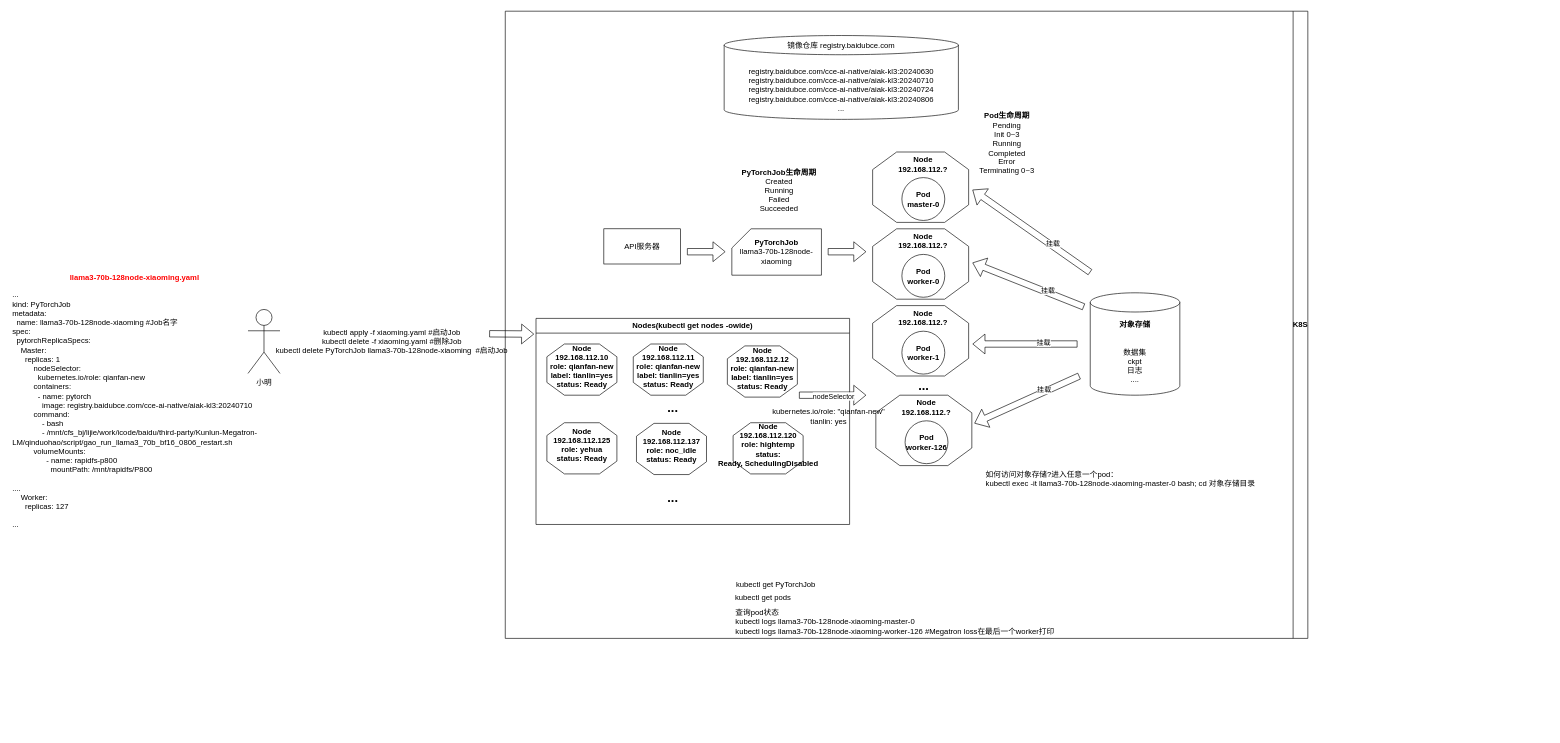
LamForest/draw.io keeps this draw.io diagram as k8s.drawio. Above is the earlier version. Source tidied: cells renumbered, new cells numbered last; positions are measured from the earlier drawing's top-left corner, leaving out a move shared by most shapes. Both pictures are drawn from the tidied source at 64%, with x=0, y=0 at pixel (11, 11).
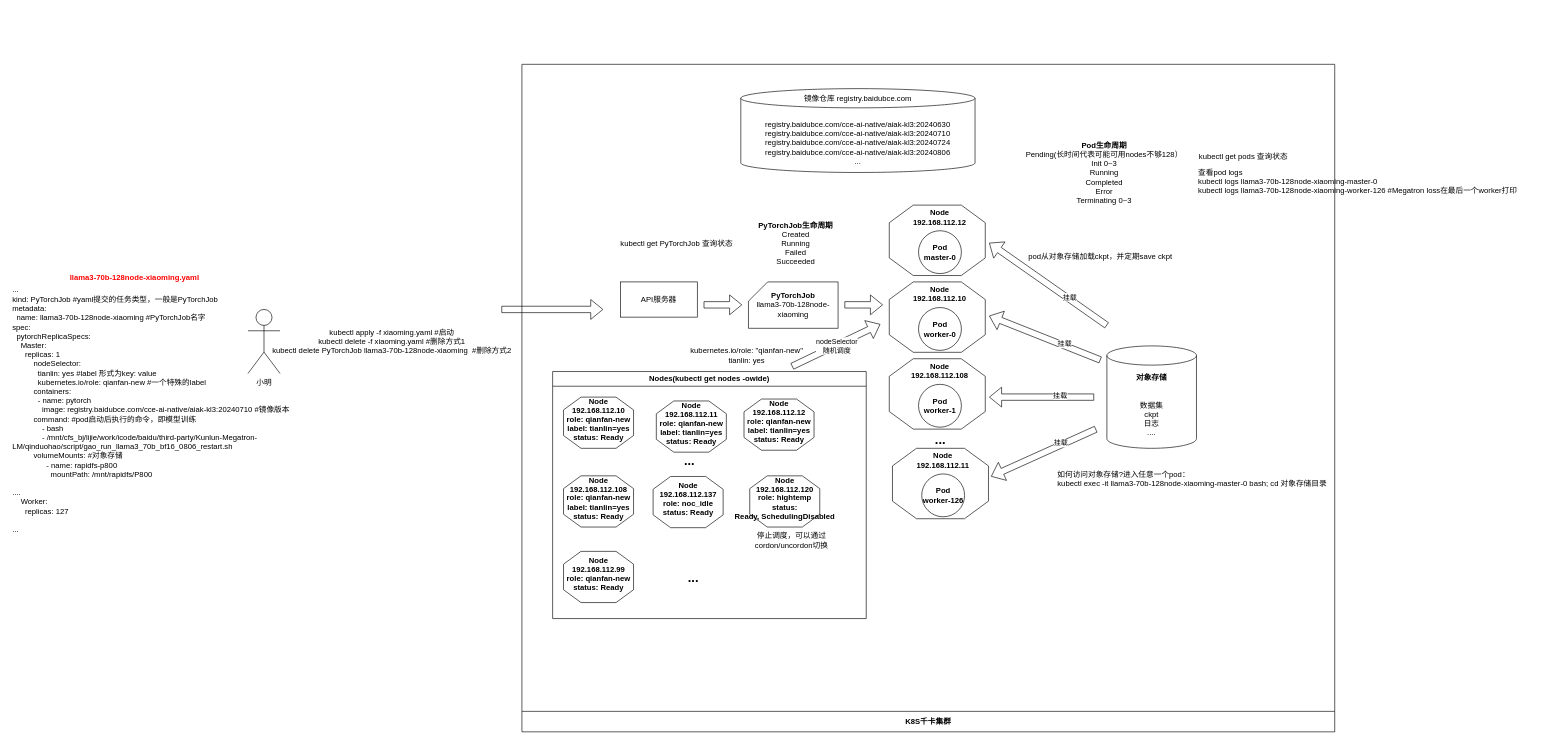
After the change.

The change refers to these unchanged cells:
```xml
<mxCell id="7" style="group;" parent="5" vertex="1">
  <mxGeometry x="574" y="220" width="150" height="110" as="geometry" />
</mxCell>
<mxCell id="21" style="group;" parent="14" vertex="1">
  <mxGeometry x="17" y="163" width="182" height="80" as="geometry" />
</mxCell>
<mxCell id="34" style="group;" parent="5" vertex="1">
  <mxGeometry x="574" y="340" width="150" height="110" as="geometry" />
</mxCell>
<mxCell id="38" style="group;" parent="5" vertex="1">
  <mxGeometry x="574" y="460" width="150" height="110" as="geometry" />
</mxCell>
<mxCell id="42" style="group;" parent="5" vertex="1">
  <mxGeometry x="579" y="600" width="150" height="110" as="geometry" />
</mxCell>
```

Diff of the diagram source:
```diff
@@
-    <mxCell id="2" value="&lt;div&gt;...&lt;/div&gt;&lt;div&gt;kind: PyTorchJob&lt;/div&gt;&lt;div&gt;metadata:&lt;br&gt;&lt;/div&gt;&lt;div&gt;&amp;nbsp;&amp;nbsp;name:&amp;nbsp;&lt;span style=&quot;text-align: center; background-color: initial;&quot;&gt;llama3-70b-128node-xiaoming #Job名字&lt;/span&gt;&lt;/div&gt;&lt;div&gt;spec:&lt;/div&gt;&lt;div&gt;&amp;nbsp; pytorchReplicaSpecs:&lt;/div&gt;&lt;div&gt;&amp;nbsp; &amp;nbsp; Master:&lt;/div&gt;&lt;div&gt;&amp;nbsp; &amp;nbsp; &amp;nbsp; replicas: 1&lt;/div&gt;&lt;div&gt;&amp;nbsp; &amp;nbsp; &amp;nbsp;&amp;nbsp;&lt;span style=&quot;background-color: initial;&quot;&gt;&amp;nbsp; &amp;nbsp; nodeSelector:&lt;/span&gt;&lt;/div&gt;&lt;div&gt;&amp;nbsp; &amp;nbsp; &amp;nbsp; &amp;nbsp; &amp;nbsp; &amp;nbsp; kubernetes.io/role: qianfan-new&lt;/div&gt;&lt;div&gt;&amp;nbsp; &amp;nbsp; &amp;nbsp; &amp;nbsp; &amp;nbsp;&amp;nbsp;&lt;span style=&quot;background-color: initial;&quot;&gt;containers:&lt;/span&gt;&lt;/div&gt;&lt;div&gt;&amp;nbsp; &amp;nbsp; &amp;nbsp; &amp;nbsp; &amp;nbsp; &amp;nbsp; - name: pytorch&lt;/div&gt;&lt;div&gt;&amp;nbsp; &amp;nbsp; &amp;nbsp; &amp;nbsp; &amp;nbsp; &amp;nbsp; &amp;nbsp; image: registry.baidubce.com/cce-ai-native/aiak-kl3:20240710&lt;/div&gt;&lt;div&gt;&lt;div&gt;&amp;nbsp; &amp;nbsp; &amp;nbsp; &amp;nbsp; &amp;nbsp; command:&lt;/div&gt;&lt;div&gt;&amp;nbsp; &amp;nbsp; &amp;nbsp; &amp;nbsp; &amp;nbsp; &amp;nbsp; &amp;nbsp; - bash&lt;/div&gt;&lt;div&gt;&amp;nbsp; &amp;nbsp; &amp;nbsp; &amp;nbsp; &amp;nbsp; &amp;nbsp; &amp;nbsp; - /mnt/cfs_bj/lijie/work/icode/baidu/third-party/Kunlun-Megatron-LM/qinduohao/script/gao_run_llama3_70b_bf16_0806_restart.sh&lt;/div&gt;&lt;/div&gt;&lt;div&gt;&lt;div&gt;&amp;nbsp; &amp;nbsp; &amp;nbsp; &amp;nbsp; &amp;nbsp; volumeMounts:&lt;/div&gt;&lt;div&gt;&amp;nbsp; &amp;nbsp; &amp;nbsp; &amp;nbsp; &amp;nbsp; &amp;nbsp; &amp;nbsp; &amp;nbsp; - name: rapidfs-p800&lt;/div&gt;&lt;div&gt;&amp;nbsp; &amp;nbsp; &amp;nbsp; &amp;nbsp; &amp;nbsp; &amp;nbsp; &amp;nbsp; &amp;nbsp; &amp;nbsp; mountPath: /mnt/rapidfs/P800&lt;/div&gt;&lt;/div&gt;&lt;div&gt;&lt;br&gt;&lt;/div&gt;&lt;div&gt;....&lt;/div&gt;&lt;div&gt;&lt;div&gt;&amp;nbsp; &amp;nbsp; Worker:&lt;/div&gt;&lt;div&gt;&amp;nbsp; &amp;nbsp; &amp;nbsp; replicas: 127&lt;/div&gt;&lt;div&gt;&amp;nbsp; &amp;nbsp; &amp;nbsp;&amp;nbsp;&lt;/div&gt;&lt;/div&gt;&lt;div&gt;...&lt;/div&gt;" style="text;html=1;align=left;verticalAlign=middle;whiteSpace=wrap;rounded=0;" parent="1" vertex="1">
+    <mxCell id="2" value="&lt;div&gt;...&lt;/div&gt;&lt;div&gt;kind: PyTorchJob #yaml提交的任务类型，一般是PyTorchJob&lt;/div&gt;&lt;div&gt;metadata:&lt;br&gt;&lt;/div&gt;&lt;div&gt;&amp;nbsp;&amp;nbsp;name:&amp;nbsp;&lt;span style=&quot;text-align: center; background-color: initial;&quot;&gt;llama3-70b-128node-xiaoming #PyTorchJob名字&lt;/span&gt;&lt;/div&gt;&lt;div&gt;spec:&lt;/div&gt;&lt;div&gt;&amp;nbsp; pytorchReplicaSpecs:&lt;/div&gt;&lt;div&gt;&amp;nbsp; &amp;nbsp; Master:&lt;/div&gt;&lt;div&gt;&amp;nbsp; &amp;nbsp; &amp;nbsp; replicas: 1&lt;/div&gt;&lt;div&gt;&amp;nbsp; &amp;nbsp; &amp;nbsp;&amp;nbsp;&lt;span style=&quot;background-color: initial;&quot;&gt;&amp;nbsp; &amp;nbsp; nodeSelector:&lt;/span&gt;&lt;/div&gt;&lt;div&gt;&lt;span style=&quot;white-space: pre;&quot;&gt;&#9;&lt;/span&gt;&amp;nbsp; &amp;nbsp;&amp;nbsp;&lt;span style=&quot;text-align: center; background-color: initial;&quot;&gt;tianlin: yes #label 形式为key: value&lt;/span&gt;&lt;br&gt;&lt;/div&gt;&lt;div&gt;&amp;nbsp; &amp;nbsp; &amp;nbsp; &amp;nbsp; &amp;nbsp; &amp;nbsp; kubernetes.io/role: qianfan-new #一个特殊的label&lt;span style=&quot;text-align: center; background-color: initial;&quot;&gt;&lt;br&gt;&lt;/span&gt;&lt;/div&gt;&lt;div&gt;&amp;nbsp; &amp;nbsp; &amp;nbsp; &amp;nbsp; &amp;nbsp;&amp;nbsp;&lt;span style=&quot;background-color: initial;&quot;&gt;containers:&lt;/span&gt;&lt;/div&gt;&lt;div&gt;&amp;nbsp; &amp;nbsp; &amp;nbsp; &amp;nbsp; &amp;nbsp; &amp;nbsp; - name: pytorch&lt;/div&gt;&lt;div&gt;&amp;nbsp; &amp;nbsp; &amp;nbsp; &amp;nbsp; &amp;nbsp; &amp;nbsp; &amp;nbsp; image: registry.baidubce.com/cce-ai-native/aiak-kl3:20240710 #镜像版本&lt;/div&gt;&lt;div&gt;&lt;div&gt;&amp;nbsp; &amp;nbsp; &amp;nbsp; &amp;nbsp; &amp;nbsp; command: #pod启动后执行的命令，即模型训练&lt;/div&gt;&lt;div&gt;&amp;nbsp; &amp;nbsp; &amp;nbsp; &amp;nbsp; &amp;nbsp; &amp;nbsp; &amp;nbsp; - bash&lt;/div&gt;&lt;div&gt;&amp;nbsp; &amp;nbsp; &amp;nbsp; &amp;nbsp; &amp;nbsp; &amp;nbsp; &amp;nbsp; - /mnt/cfs_bj/lijie/work/icode/baidu/third-party/Kunlun-Megatron-LM/qinduohao/script/gao_run_llama3_70b_bf16_0806_restart.sh&lt;/div&gt;&lt;/div&gt;&lt;div&gt;&lt;div&gt;&amp;nbsp; &amp;nbsp; &amp;nbsp; &amp;nbsp; &amp;nbsp; volumeMounts: #对象存储&lt;/div&gt;&lt;div&gt;&amp;nbsp; &amp;nbsp; &amp;nbsp; &amp;nbsp; &amp;nbsp; &amp;nbsp; &amp;nbsp; &amp;nbsp; - name: rapidfs-p800&lt;/div&gt;&lt;div&gt;&amp;nbsp; &amp;nbsp; &amp;nbsp; &amp;nbsp; &amp;nbsp; &amp;nbsp; &amp;nbsp; &amp;nbsp; &amp;nbsp; mountPath: /mnt/rapidfs/P800&lt;/div&gt;&lt;/div&gt;&lt;div&gt;&lt;br&gt;&lt;/div&gt;&lt;div&gt;....&lt;/div&gt;&lt;div&gt;&lt;div&gt;&amp;nbsp; &amp;nbsp; Worker:&lt;/div&gt;&lt;div&gt;&amp;nbsp; &amp;nbsp; &amp;nbsp; replicas: 127&lt;/div&gt;&lt;div&gt;&amp;nbsp; &amp;nbsp; &amp;nbsp;&amp;nbsp;&lt;/div&gt;&lt;/div&gt;&lt;div&gt;...&lt;/div&gt;" style="text;html=1;align=left;verticalAlign=middle;whiteSpace=wrap;rounded=0;" parent="1" vertex="1">
       <mxGeometry y="418" width="440" height="410" as="geometry" />
     </mxCell>
@@
-    <mxCell id="4" value="kubectl apply -f xiaoming.yaml #启动Job&lt;div&gt;kubectl delete -f xiaoming.yaml #删除Job&lt;/div&gt;&lt;div&gt;kubectl delete PyTorchJob&amp;nbsp;&lt;span style=&quot;background-color: initial;&quot;&gt;llama3-70b-128node-xiaoming&lt;/span&gt;&lt;span style=&quot;background-color: initial;&quot;&gt;&amp;nbsp;&amp;nbsp;#启动Job&lt;/span&gt;&lt;/div&gt;" style="text;html=1;align=center;verticalAlign=middle;whiteSpace=wrap;rounded=0;" parent="1" vertex="1">
+    <mxCell id="4" value="kubectl apply -f xiaoming.yaml #启动&lt;div&gt;kubectl delete -f xiaoming.yaml #删除方式1&lt;/div&gt;&lt;div&gt;kubectl delete PyTorchJob&amp;nbsp;&lt;span style=&quot;background-color: initial;&quot;&gt;llama3-70b-128node-xiaoming&lt;/span&gt;&lt;span style=&quot;background-color: initial;&quot;&gt;&amp;nbsp;&amp;nbsp;#删除方式2&lt;/span&gt;&lt;/div&gt;" style="text;html=1;align=center;verticalAlign=middle;whiteSpace=wrap;rounded=0;" parent="1" vertex="1">
       <mxGeometry x="400" y="506" width="390" height="20" as="geometry" />
     </mxCell>
-    <mxCell id="5" value="K8S" style="swimlane;whiteSpace=wrap;html=1;direction=south;" parent="1" vertex="1">
-      <mxGeometry x="772" width="1254" height="980" as="geometry" />
+    <mxCell id="5" value="K8S千卡集群" style="swimlane;whiteSpace=wrap;html=1;direction=west;startSize=32;" parent="1" vertex="1">
+      <mxGeometry x="798" y="83" width="1270" height="1043" as="geometry" />
     </mxCell>
     <mxCell id="6" value="如何访问对象存储?进入任意一个pod：&#10;kubectl exec -it llama3-70b-128node-xiaoming-master-0 bash; cd 对象存储目录" style="text;whiteSpace=wrap;" parent="5" vertex="1">
-      <mxGeometry x="749" y="710" width="550" height="30" as="geometry" />
+      <mxGeometry x="835" y="628" width="550" height="30" as="geometry" />
     </mxCell>
@@
-    <mxCell id="9" value="Node&lt;div&gt;192.168.112.?&lt;/div&gt;&lt;div&gt;&lt;br&gt;&lt;/div&gt;&lt;div&gt;&lt;br&gt;&lt;/div&gt;&lt;div&gt;&lt;br&gt;&lt;/div&gt;&lt;div&gt;&lt;br&gt;&lt;/div&gt;&lt;div&gt;&lt;br&gt;&lt;/div&gt;" style="text;html=1;align=center;verticalAlign=middle;whiteSpace=wrap;rounded=0;fontStyle=1;" parent="7" vertex="1">
+    <mxCell id="9" value="Node&lt;div&gt;192.168.112.12&lt;/div&gt;&lt;div&gt;&lt;br&gt;&lt;/div&gt;&lt;div&gt;&lt;br&gt;&lt;/div&gt;&lt;div&gt;&lt;br&gt;&lt;/div&gt;&lt;div&gt;&lt;br&gt;&lt;/div&gt;&lt;div&gt;&lt;br&gt;&lt;/div&gt;" style="text;html=1;align=center;verticalAlign=middle;whiteSpace=wrap;rounded=0;fontStyle=1;" parent="7" vertex="1">
       <mxGeometry x="25" y="22" width="108.3" height="66" as="geometry" />
     </mxCell>
@@
     <mxCell id="14" value="Nodes(kubectl get nodes -owide)" style="swimlane;whiteSpace=wrap;html=1;" parent="5" vertex="1">
-      <mxGeometry x="48" y="480" width="490" height="322" as="geometry" />
+      <mxGeometry x="48" y="480" width="490" height="386" as="geometry" />
     </mxCell>
@@
-    <mxCell id="23" value="Node&lt;div&gt;192.168.112.125&lt;/div&gt;&lt;div&gt;role: yehua&lt;/div&gt;&lt;div&gt;status: Ready&lt;/div&gt;" style="text;html=1;align=center;verticalAlign=middle;whiteSpace=wrap;rounded=0;fontStyle=1;" parent="21" vertex="1">
+    <mxCell id="23" value="Node&lt;div&gt;192.168.112.108&lt;/div&gt;&lt;div&gt;role: qianfan-new&lt;/div&gt;&lt;div&gt;label: tianlin=yes&lt;br&gt;&lt;/div&gt;&lt;div&gt;status: Ready&lt;/div&gt;" style="text;html=1;align=center;verticalAlign=middle;whiteSpace=wrap;rounded=0;fontStyle=1;" parent="21" vertex="1">
       <mxGeometry x="-24.4" y="16" width="158.2" height="37.5" as="geometry" />
     </mxCell>
@@
     <mxCell id="31" value="..." style="text;html=1;align=center;verticalAlign=middle;whiteSpace=wrap;rounded=0;fontSize=20;fontStyle=1;" parent="14" vertex="1">
-      <mxGeometry x="184" y="265" width="60" height="30" as="geometry" />
+      <mxGeometry x="190" y="306" width="60" height="30" as="geometry" />
     </mxCell>
+    <mxCell id="72" value="停止调度，可以通过cordon/uncordon切换" style="text;html=1;align=center;verticalAlign=middle;whiteSpace=wrap;rounded=0;" parent="14" vertex="1">
+      <mxGeometry x="304" y="250" width="139" height="28" as="geometry" />
+    </mxCell>
+    <mxCell id="73" style="group;" parent="14" vertex="1">
+      <mxGeometry x="17" y="281" width="182" height="80" as="geometry" />
+    </mxCell>
+    <mxCell id="74" style="verticalLabelPosition=bottom;verticalAlign=top;html=1;shape=mxgraph.basic.polygon;polyCoords=[[0.25,0],[0.75,0],[1,0.25],[1,0.75],[0.75,1],[0.25,1],[0,0.75],[0,0.25]];polyline=0;" parent="73" vertex="1">
+      <mxGeometry width="109.4" height="80" as="geometry" />
+    </mxCell>
+    <mxCell id="75" value="Node&lt;div&gt;192.168.112.99&lt;/div&gt;&lt;div&gt;role: qianfan-new&lt;/div&gt;&lt;div&gt;status: Ready&lt;/div&gt;" style="text;html=1;align=center;verticalAlign=middle;whiteSpace=wrap;rounded=0;fontStyle=1;" parent="73" vertex="1">
+      <mxGeometry x="-24.4" y="16" width="158.2" height="37.5" as="geometry" />
+    </mxCell>
+    <mxCell id="69" style="group;" parent="14" vertex="1">
+      <mxGeometry x="162" y="46" width="182" height="80" as="geometry" />
+    </mxCell>
+    <mxCell id="70" style="verticalLabelPosition=bottom;verticalAlign=top;html=1;shape=mxgraph.basic.polygon;polyCoords=[[0.25,0],[0.75,0],[1,0.25],[1,0.75],[0.75,1],[0.25,1],[0,0.75],[0,0.25]];polyline=0;" parent="69" vertex="1">
+      <mxGeometry width="109.4" height="80" as="geometry" />
+    </mxCell>
+    <mxCell id="71" value="Node&lt;div&gt;192.168.112.11&lt;/div&gt;&lt;div&gt;role: qianfan-new&lt;/div&gt;&lt;div&gt;label: tianlin=yes&lt;/div&gt;&lt;div&gt;status: Ready&lt;/div&gt;" style="text;html=1;align=center;verticalAlign=middle;whiteSpace=wrap;rounded=0;fontStyle=1;" parent="69" vertex="1">
+      <mxGeometry x="-24.4" y="16" width="158.2" height="37.5" as="geometry" />
+    </mxCell>
-    <mxCell id="32" style="shape=flexArrow;endArrow=classic;html=1;rounded=0;" parent="5" edge="1">
+    <mxCell id="32" style="shape=flexArrow;endArrow=classic;html=1;rounded=0;" parent="14" edge="1">
       <mxGeometry relative="1" as="geometry">
-        <mxPoint x="459" y="600" as="sourcePoint" />
-        <mxPoint x="564" y="600" as="targetPoint" />
+        <mxPoint x="374" y="-8" as="sourcePoint" />
+        <mxPoint x="512" y="-74" as="targetPoint" />
       </mxGeometry>
     </mxCell>
-    <mxCell id="33" value="nodeSelector" style="edgeLabel;html=1;align=center;verticalAlign=middle;" parent="32" vertex="1">
+    <mxCell id="33" value="nodeSelector&lt;div&gt;随机调度&lt;/div&gt;" style="edgeLabel;html=1;align=center;verticalAlign=middle;" parent="32" vertex="1">
       <mxGeometry x="0.01" y="-1" relative="1" as="geometry" />
     </mxCell>
@@
-    <mxCell id="36" value="Node&lt;div&gt;192.168.112.?&lt;/div&gt;&lt;div&gt;&lt;br&gt;&lt;/div&gt;&lt;div&gt;&lt;br&gt;&lt;/div&gt;&lt;div&gt;&lt;br&gt;&lt;/div&gt;&lt;div&gt;&lt;br&gt;&lt;/div&gt;&lt;div&gt;&lt;br&gt;&lt;/div&gt;" style="text;html=1;align=center;verticalAlign=middle;whiteSpace=wrap;rounded=0;fontStyle=1;" parent="34" vertex="1">
+    <mxCell id="36" value="Node&lt;div&gt;192.168.112.10&lt;/div&gt;&lt;div&gt;&lt;br&gt;&lt;/div&gt;&lt;div&gt;&lt;br&gt;&lt;/div&gt;&lt;div&gt;&lt;br&gt;&lt;/div&gt;&lt;div&gt;&lt;br&gt;&lt;/div&gt;&lt;div&gt;&lt;br&gt;&lt;/div&gt;" style="text;html=1;align=center;verticalAlign=middle;whiteSpace=wrap;rounded=0;fontStyle=1;" parent="34" vertex="1">
       <mxGeometry x="25" y="22" width="108.3" height="66" as="geometry" />
     </mxCell>
@@
-    <mxCell id="40" value="Node&lt;div&gt;192.168.112.?&lt;/div&gt;&lt;div&gt;&lt;br&gt;&lt;/div&gt;&lt;div&gt;&lt;br&gt;&lt;/div&gt;&lt;div&gt;&lt;br&gt;&lt;/div&gt;&lt;div&gt;&lt;br&gt;&lt;/div&gt;&lt;div&gt;&lt;br&gt;&lt;/div&gt;" style="text;html=1;align=center;verticalAlign=middle;whiteSpace=wrap;rounded=0;fontStyle=1;" parent="38" vertex="1">
+    <mxCell id="40" value="Node&lt;div&gt;192.168.112.108&lt;/div&gt;&lt;div&gt;&lt;br&gt;&lt;/div&gt;&lt;div&gt;&lt;br&gt;&lt;/div&gt;&lt;div&gt;&lt;br&gt;&lt;/div&gt;&lt;div&gt;&lt;br&gt;&lt;/div&gt;&lt;div&gt;&lt;br&gt;&lt;/div&gt;" style="text;html=1;align=center;verticalAlign=middle;whiteSpace=wrap;rounded=0;fontStyle=1;" parent="38" vertex="1">
       <mxGeometry x="25" y="22" width="108.3" height="66" as="geometry" />
     </mxCell>
@@
-    <mxCell id="44" value="Node&lt;div&gt;192.168.112.?&lt;/div&gt;&lt;div&gt;&lt;br&gt;&lt;/div&gt;&lt;div&gt;&lt;br&gt;&lt;/div&gt;&lt;div&gt;&lt;br&gt;&lt;/div&gt;&lt;div&gt;&lt;br&gt;&lt;/div&gt;&lt;div&gt;&lt;br&gt;&lt;/div&gt;" style="text;html=1;align=center;verticalAlign=middle;whiteSpace=wrap;rounded=0;fontStyle=1;" parent="42" vertex="1">
+    <mxCell id="44" value="Node&lt;div&gt;192.168.112.11&lt;/div&gt;&lt;div&gt;&lt;br&gt;&lt;/div&gt;&lt;div&gt;&lt;br&gt;&lt;/div&gt;&lt;div&gt;&lt;br&gt;&lt;/div&gt;&lt;div&gt;&lt;br&gt;&lt;/div&gt;&lt;div&gt;&lt;br&gt;&lt;/div&gt;" style="text;html=1;align=center;verticalAlign=middle;whiteSpace=wrap;rounded=0;fontStyle=1;" parent="42" vertex="1">
       <mxGeometry x="25" y="22" width="108.3" height="66" as="geometry" />
     </mxCell>
@@
-    <mxCell id="49" value="&lt;b&gt;Pod生命周期&lt;/b&gt;&lt;div&gt;&lt;div&gt;Pending&lt;/div&gt;&lt;div&gt;&lt;div&gt;Init 0~3&lt;/div&gt;&lt;div&gt;&lt;span style=&quot;background-color: initial;&quot;&gt;Running&lt;/span&gt;&lt;br&gt;&lt;/div&gt;&lt;div&gt;Completed&lt;/div&gt;&lt;div&gt;Error&lt;/div&gt;&lt;div&gt;Terminating 0~3&lt;/div&gt;&lt;/div&gt;&lt;/div&gt;" style="text;html=1;align=center;verticalAlign=middle;whiteSpace=wrap;rounded=0;" parent="5" vertex="1">
-      <mxGeometry x="709" y="157" width="150" height="100" as="geometry" />
+    <mxCell id="49" value="&lt;b&gt;Pod生命周期&lt;/b&gt;&lt;div&gt;&lt;div&gt;Pending(长时间代表可能可用nodes不够128）&lt;/div&gt;&lt;div&gt;&lt;div&gt;Init 0~3&lt;/div&gt;&lt;div&gt;&lt;span style=&quot;background-color: initial;&quot;&gt;Running&lt;/span&gt;&lt;br&gt;&lt;/div&gt;&lt;div&gt;Completed&lt;/div&gt;&lt;div&gt;Error&lt;/div&gt;&lt;div&gt;Terminating 0~3&lt;/div&gt;&lt;/div&gt;&lt;/div&gt;" style="text;html=1;align=center;verticalAlign=middle;whiteSpace=wrap;rounded=0;" parent="5" vertex="1">
+      <mxGeometry x="780" y="120" width="260" height="100" as="geometry" />
     </mxCell>
@@
     <mxCell id="53" style="shape=flexArrow;endArrow=classic;html=1;rounded=0;" parent="5" edge="1">
       <mxGeometry relative="1" as="geometry">
-        <mxPoint x="-25" y="504" as="sourcePoint" />
-        <mxPoint x="45" y="504.5" as="targetPoint" />
+        <mxPoint x="-32" y="383" as="sourcePoint" />
+        <mxPoint x="127" y="383" as="targetPoint" />
       </mxGeometry>
     </mxCell>
@@
     <mxCell id="64" value="kubernetes.io/role: &quot;qianfan-new&quot;&lt;div&gt;tianlin: yes&lt;/div&gt;" style="text;html=1;align=center;verticalAlign=middle;whiteSpace=wrap;rounded=0;" parent="5" vertex="1">
-      <mxGeometry x="412" y="621" width="187" height="23" as="geometry" />
+      <mxGeometry x="258" y="443" width="187" height="23" as="geometry" />
     </mxCell>
+    <mxCell id="67" value="&lt;div&gt;kubectl get PyTorchJob 查询状态&lt;/div&gt;" style="text;html=1;align=center;verticalAlign=middle;whiteSpace=wrap;rounded=0;" parent="5" vertex="1">
+      <mxGeometry x="87" y="270" width="310" height="20" as="geometry" />
+    </mxCell>
+    <mxCell id="68" value="&lt;div&gt;&lt;span style=&quot;background-color: initial;&quot;&gt;kubectl get pods 查询状态&lt;/span&gt;&lt;br&gt;&lt;/div&gt;" style="text;html=1;align=center;verticalAlign=middle;whiteSpace=wrap;rounded=0;" parent="5" vertex="1">
+      <mxGeometry x="1051" y="138" width="153" height="12" as="geometry" />
+    </mxCell>
+    <mxCell id="76" value="pod从对象存储加载ckpt，并定期save ckpt" style="text;html=1;align=center;verticalAlign=middle;whiteSpace=wrap;rounded=0;" parent="5" vertex="1">
+      <mxGeometry x="784" y="281" width="240" height="39" as="geometry" />
+    </mxCell>
@@
-    <mxCell id="66" value="查询pod状态&#10;kubectl logs llama3-70b-128node-xiaoming-master-0&#10;kubectl logs llama3-70b-128node-xiaoming-worker-126 #Megatron loss在最后一个worker打印" style="text;whiteSpace=wrap;" parent="1" vertex="1">
-      <mxGeometry x="1130" y="926" width="550" height="40" as="geometry" />
+    <mxCell id="66" value="查看pod logs&#10;kubectl logs llama3-70b-128node-xiaoming-master-0&#10;kubectl logs llama3-70b-128node-xiaoming-worker-126 #Megatron loss在最后一个worker打印" style="text;whiteSpace=wrap;" parent="1" vertex="1">
+      <mxGeometry x="1853" y="238" width="550" height="40" as="geometry" />
     </mxCell>
-    <mxCell id="67" value="&lt;div&gt;kubectl get PyTorchJob&lt;/div&gt;" style="text;html=1;align=center;verticalAlign=middle;whiteSpace=wrap;rounded=0;" parent="1" vertex="1">
-      <mxGeometry x="1040" y="886" width="310" height="20" as="geometry" />
-    </mxCell>
-    <mxCell id="68" value="&lt;div&gt;&lt;span style=&quot;background-color: initial;&quot;&gt;kubectl get pods&lt;/span&gt;&lt;br&gt;&lt;/div&gt;" style="text;html=1;align=center;verticalAlign=middle;whiteSpace=wrap;rounded=0;" parent="1" vertex="1">
-      <mxGeometry x="1020" y="906" width="310" height="20" as="geometry" />
-    </mxCell>
-    <mxCell id="69" style="group;" parent="1" vertex="1">
-      <mxGeometry x="972" y="520" width="182" height="80" as="geometry" />
-    </mxCell>
-    <mxCell id="70" style="verticalLabelPosition=bottom;verticalAlign=top;html=1;shape=mxgraph.basic.polygon;polyCoords=[[0.25,0],[0.75,0],[1,0.25],[1,0.75],[0.75,1],[0.25,1],[0,0.75],[0,0.25]];polyline=0;" parent="69" vertex="1">
-      <mxGeometry width="109.4" height="80" as="geometry" />
-    </mxCell>
-    <mxCell id="71" value="Node&lt;div&gt;192.168.112.11&lt;/div&gt;&lt;div&gt;role: qianfan-new&lt;/div&gt;&lt;div&gt;label: tianlin=yes&lt;/div&gt;&lt;div&gt;status: Ready&lt;/div&gt;" style="text;html=1;align=center;verticalAlign=middle;whiteSpace=wrap;rounded=0;fontStyle=1;" parent="69" vertex="1">
-      <mxGeometry x="-24.4" y="16" width="158.2" height="37.5" as="geometry" />
-    </mxCell>
```
